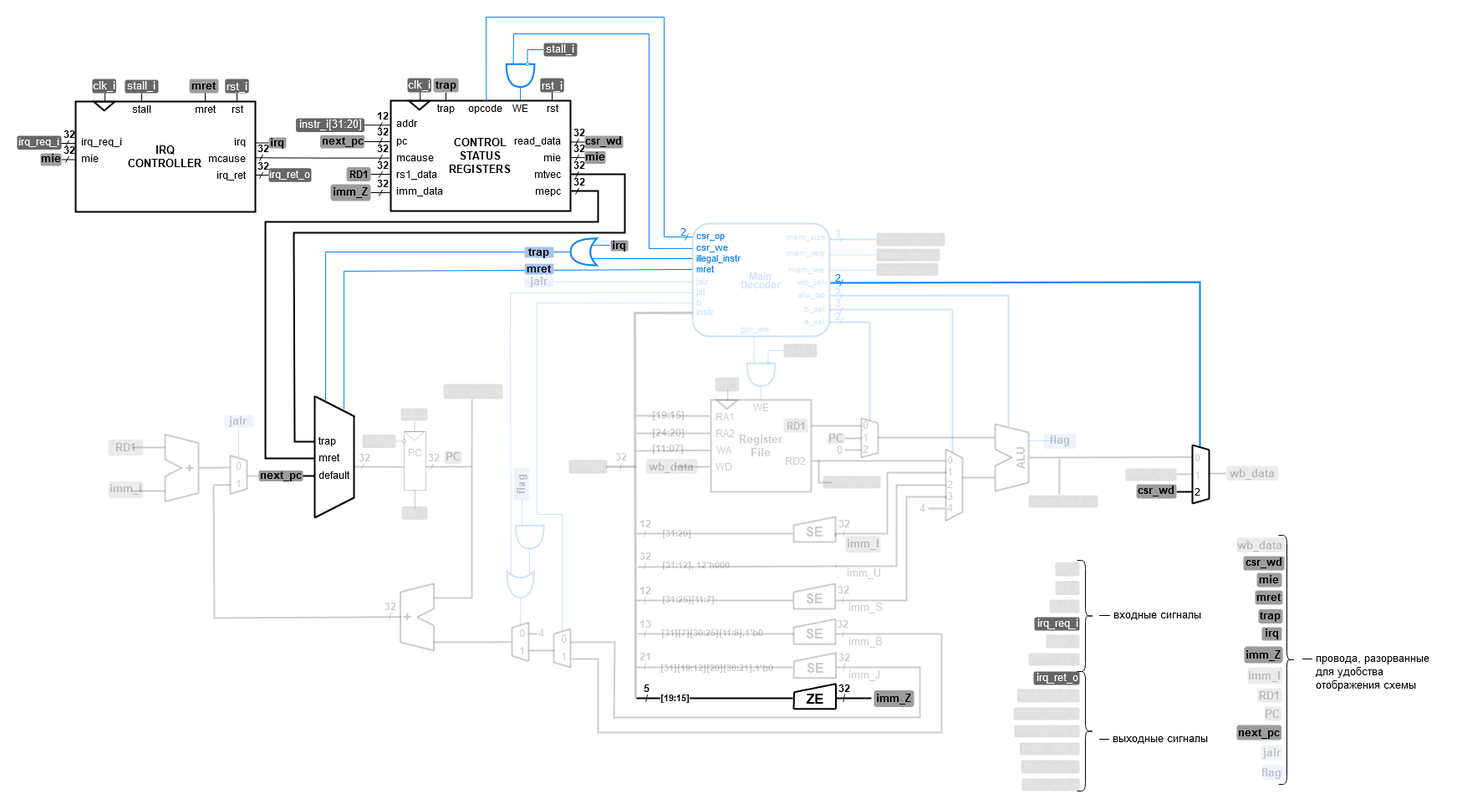
Before: .pic/Labs/lab_10_irq/fig_02.drawio.png, a diagram exported from draw.io (MPSU/APS). Source tidied: cells renumbered, new cells last; positions are measured from the earlier drawing's top-left corner, leaving out a move shared by most shapes.
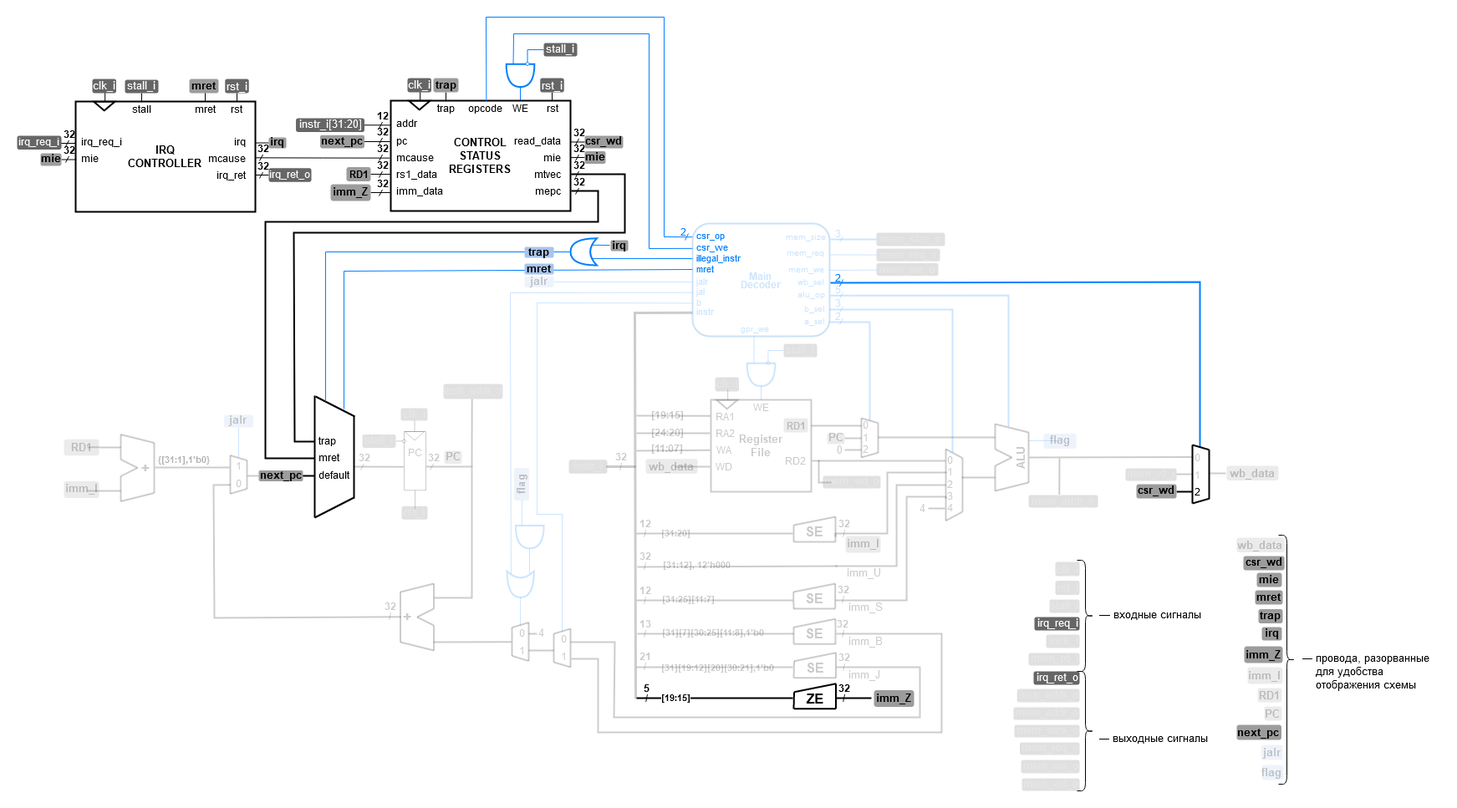
After the change.

The edit, as a diff of the source:
```diff
@@ -446,23 +446,23 @@
     </mxCell>
     <mxCell id="89" style="endArrow=none;html=1;rounded=0;comic=0;strokeColor=#000000;fontSize=16;fontColor=#000000;startSize=6;endSize=6;jiggle=0.5;strokeWidth=2;strokeOpacity=20;fillOpacity=20;textOpacity=20;" parent="1" edge="1">
       <mxGeometry relative="1" as="geometry">
-        <mxPoint x="218" y="539.2" as="sourcePoint" />
+        <mxPoint x="165" y="539" as="sourcePoint" />
         <mxPoint x="254" y="539" as="targetPoint" />
       </mxGeometry>
     </mxCell>
     <mxCell id="90" style="endArrow=none;html=1;rounded=0;comic=0;strokeColor=#000000;fontSize=16;fontColor=#000000;startSize=6;endSize=6;jiggle=0.5;strokeWidth=2;strokeOpacity=20;fillOpacity=20;textOpacity=20;" parent="1" edge="1" source="186">
       <mxGeometry relative="1" as="geometry">
-        <mxPoint x="177" y="515" as="targetPoint" />
+        <mxPoint x="124" y="515" as="targetPoint" />
       </mxGeometry>
     </mxCell>
     <mxCell id="91" style="endArrow=none;html=1;rounded=0;comic=0;strokeColor=#000000;fontSize=16;fontColor=#000000;startSize=6;endSize=6;jiggle=0.5;strokeWidth=2;strokeOpacity=20;fillOpacity=20;textOpacity=20;" parent="1" edge="1">
       <mxGeometry relative="1" as="geometry">
-        <mxPoint x="137" y="566.9" as="sourcePoint" />
-        <mxPoint x="177" y="566.9" as="targetPoint" />
+        <mxPoint x="84" y="566.9" as="sourcePoint" />
+        <mxPoint x="124" y="566.9" as="targetPoint" />
       </mxGeometry>
     </mxCell>
     <mxCell id="92" value="&lt;p style=&quot;line-height: 130%;&quot;&gt;&lt;b style=&quot;&quot;&gt;&lt;font style=&quot;font-size: 13px;&quot;&gt;imm_I&lt;/font&gt;&lt;/b&gt;&lt;/p&gt;" style="text;html=1;strokeColor=none;fillColor=#9C9C9C;align=center;verticalAlign=middle;whiteSpace=wrap;rounded=1;fontSize=9;fontColor=#000000;comic=0;jiggle=0.5;strokeWidth=2;strokeOpacity=20;fillOpacity=20;textOpacity=20;" parent="1" vertex="1">
-      <mxGeometry x="109" y="555.4" width="42" height="20" as="geometry" />
+      <mxGeometry x="56" y="555.4" width="42" height="20" as="geometry" />
     </mxCell>
     <mxCell id="93" style="endArrow=none;html=1;rounded=0;comic=0;strokeColor=#007FFF;fontSize=16;fontColor=#000000;startSize=6;endSize=6;jiggle=0.5;entryX=-0.005;entryY=0.279;entryDx=0;entryDy=0;entryPerimeter=0;strokeOpacity=20;fillOpacity=20;textOpacity=20;" parent="1" edge="1" source="373">
       <mxGeometry relative="1" as="geometry">
@@ -471,48 +471,48 @@
     </mxCell>
     <mxCell id="94" style="endArrow=none;html=1;rounded=0;fontSize=16;startSize=6;endSize=6;comic=0;strokeColor=#000000;jiggle=0.5;fontColor=#000000;strokeWidth=2;strokeOpacity=20;fillOpacity=20;textOpacity=20;" parent="1" edge="1">
       <mxGeometry relative="1" as="geometry">
-        <mxPoint x="177" y="499.4" as="sourcePoint" />
-        <mxPoint x="217" y="509.4" as="targetPoint" />
+        <mxPoint x="124" y="499.4" as="sourcePoint" />
+        <mxPoint x="164" y="509.4" as="targetPoint" />
       </mxGeometry>
     </mxCell>
     <mxCell id="95" style="endArrow=none;html=1;rounded=0;fontSize=16;startSize=6;endSize=6;comic=0;strokeColor=#000000;jiggle=0.5;fontColor=#000000;strokeWidth=2;strokeOpacity=20;fillOpacity=20;textOpacity=20;" parent="1" edge="1">
       <mxGeometry relative="1" as="geometry">
-        <mxPoint x="177" y="549.4" as="sourcePoint" />
-        <mxPoint x="197" y="539.4" as="targetPoint" />
+        <mxPoint x="124" y="549.4" as="sourcePoint" />
+        <mxPoint x="144" y="539.4" as="targetPoint" />
       </mxGeometry>
     </mxCell>
     <mxCell id="96" style="endArrow=none;html=1;rounded=0;fontSize=16;startSize=6;endSize=6;comic=0;strokeColor=#000000;jiggle=0.5;fontColor=#000000;strokeWidth=2;strokeOpacity=20;fillOpacity=20;textOpacity=20;" parent="1" edge="1">
       <mxGeometry relative="1" as="geometry">
-        <mxPoint x="177" y="529.4" as="sourcePoint" />
-        <mxPoint x="197" y="539.4" as="targetPoint" />
+        <mxPoint x="124" y="529.4" as="sourcePoint" />
+        <mxPoint x="144" y="539.4" as="targetPoint" />
       </mxGeometry>
     </mxCell>
     <mxCell id="97" style="endArrow=none;html=1;rounded=0;fontSize=16;startSize=6;endSize=6;comic=0;strokeColor=#000000;jiggle=0.5;fontColor=#000000;strokeWidth=2;strokeOpacity=20;fillOpacity=20;textOpacity=20;" parent="1" edge="1">
       <mxGeometry relative="1" as="geometry">
-        <mxPoint x="177" y="579.4" as="sourcePoint" />
-        <mxPoint x="217" y="569.4" as="targetPoint" />
+        <mxPoint x="124" y="579.4" as="sourcePoint" />
+        <mxPoint x="164" y="569.4" as="targetPoint" />
       </mxGeometry>
     </mxCell>
     <mxCell id="98" style="endArrow=none;html=1;rounded=0;fontSize=16;startSize=6;endSize=6;comic=0;strokeColor=#000000;jiggle=0.5;fontColor=#000000;strokeWidth=2;strokeOpacity=20;fillOpacity=20;textOpacity=20;" parent="1" edge="1">
       <mxGeometry relative="1" as="geometry">
-        <mxPoint x="177" y="579.4" as="sourcePoint" />
-        <mxPoint x="177" y="549.4" as="targetPoint" />
+        <mxPoint x="124" y="579.4" as="sourcePoint" />
+        <mxPoint x="124" y="549.4" as="targetPoint" />
       </mxGeometry>
     </mxCell>
     <mxCell id="99" style="endArrow=none;html=1;rounded=0;fontSize=16;startSize=6;endSize=6;comic=0;strokeColor=#000000;jiggle=0.5;fontColor=#000000;strokeWidth=2;strokeOpacity=20;fillOpacity=20;textOpacity=20;" parent="1" edge="1">
       <mxGeometry relative="1" as="geometry">
-        <mxPoint x="177" y="529.4" as="sourcePoint" />
-        <mxPoint x="177" y="499.4" as="targetPoint" />
+        <mxPoint x="124" y="529.4" as="sourcePoint" />
+        <mxPoint x="124" y="499.4" as="targetPoint" />
       </mxGeometry>
     </mxCell>
     <mxCell id="100" style="endArrow=none;html=1;rounded=0;fontSize=16;startSize=6;endSize=6;comic=0;fontColor=#000000;strokeColor=#000000;jiggle=0.5;strokeWidth=2;strokeOpacity=20;fillOpacity=20;textOpacity=20;" parent="1" edge="1">
       <mxGeometry relative="1" as="geometry">
-        <mxPoint x="217" y="569.4" as="sourcePoint" />
-        <mxPoint x="217" y="509.4" as="targetPoint" />
+        <mxPoint x="164" y="569.4" as="sourcePoint" />
+        <mxPoint x="164" y="509.4" as="targetPoint" />
       </mxGeometry>
     </mxCell>
     <mxCell id="101" value="&lt;font style=&quot;font-size: 17px;&quot;&gt;&lt;b&gt;+&lt;/b&gt;&lt;/font&gt;" style="text;html=1;strokeColor=none;fillColor=none;align=center;verticalAlign=middle;whiteSpace=wrap;rounded=0;fontSize=14;rotation=-90;comic=0;fontColor=#000000;jiggle=0.5;strokeWidth=2;strokeOpacity=20;fillOpacity=20;textOpacity=20;" parent="1" vertex="1">
-      <mxGeometry x="200.9" y="536.5" width="11.2" height="7" as="geometry" />
+      <mxGeometry x="147.9" y="536.5" width="11.2" height="7" as="geometry" />
     </mxCell>
     <mxCell id="102" value="&lt;font style=&quot;font-size: 11px;&quot;&gt;jalr&lt;/font&gt;" style="text;html=1;strokeColor=none;fillColor=none;align=left;verticalAlign=middle;whiteSpace=wrap;rounded=0;fontSize=9;fontColor=#007FFF;comic=0;jiggle=0.5;strokeOpacity=20;fillOpacity=20;textOpacity=20;" parent="1" vertex="1">
       <mxGeometry x="811" y="310.8" width="33" height="10" as="geometry" />
@@ -949,11 +949,11 @@
     </mxCell>
     <mxCell id="185" style="endArrow=none;html=1;rounded=0;comic=0;strokeColor=#000000;fontSize=16;fontColor=#000000;startSize=6;endSize=6;jiggle=0.5;strokeWidth=2;strokeOpacity=20;fillOpacity=20;textOpacity=20;" parent="1" edge="1" target="186">
       <mxGeometry relative="1" as="geometry">
-        <mxPoint x="137" y="515" as="sourcePoint" />
+        <mxPoint x="84" y="515" as="sourcePoint" />
       </mxGeometry>
     </mxCell>
     <mxCell id="186" value="&lt;b&gt;&lt;font style=&quot;font-size: 13px;&quot;&gt;RD1&lt;/font&gt;&lt;/b&gt;" style="text;html=1;strokeColor=none;fillColor=#9C9C9C;align=center;verticalAlign=middle;whiteSpace=wrap;rounded=1;fontSize=9;fontColor=#000000;comic=0;jiggle=0.5;strokeWidth=2;strokeOpacity=20;fillOpacity=20;textOpacity=20;" parent="1" vertex="1">
-      <mxGeometry x="109" y="505.3" width="42" height="19.6" as="geometry" />
+      <mxGeometry x="56" y="505.3" width="42" height="19.6" as="geometry" />
     </mxCell>
     <mxCell id="187" value="&lt;p style=&quot;line-height: 100%;&quot;&gt;&lt;font style=&quot;font-size: 12px;&quot;&gt;&lt;b&gt;32&lt;br&gt;/&lt;/b&gt;&lt;/font&gt;&lt;/p&gt;" style="text;html=1;align=center;verticalAlign=middle;strokeColor=none;fillColor=none;strokeOpacity=20;fillOpacity=20;textOpacity=20;" parent="1" vertex="1">
       <mxGeometry x="706" y="501" width="32" height="61" as="geometry" />
@@ -1670,7 +1670,7 @@
         <mxPoint x="20" y="6" as="targetPoint" />
       </mxGeometry>
     </mxCell>
-    <mxCell id="369" value="&lt;p style=&quot;line-height: 80%;&quot;&gt;&lt;font style=&quot;font-size: 12px;&quot;&gt;0&lt;/font&gt;&lt;/p&gt;&lt;p style=&quot;line-height: 80%;&quot;&gt;1&lt;/p&gt;" style="text;html=1;align=center;verticalAlign=middle;points=[];strokeColor=none;fillColor=none;strokeOpacity=20;fillOpacity=20;textOpacity=20;" parent="364" vertex="1">
+    <mxCell id="369" value="&lt;p style=&quot;line-height: 80%;&quot;&gt;1&lt;/p&gt;&lt;p style=&quot;line-height: 80%;&quot;&gt;0&lt;br&gt;&lt;/p&gt;" style="text;html=1;align=center;verticalAlign=middle;points=[];strokeColor=none;fillColor=none;strokeOpacity=20;fillOpacity=20;textOpacity=20;" parent="364" vertex="1">
       <mxGeometry x="-3" y="-10.5" width="26" height="68" as="geometry" />
     </mxCell>
     <mxCell id="370" style="endArrow=none;html=1;rounded=0;exitX=0.902;exitY=0.513;exitDx=0;exitDy=0;exitPerimeter=0;strokeWidth=2;strokeOpacity=100;fillOpacity=100;" parent="1" edge="1" source="372">
@@ -1821,5 +1821,8 @@
         <mxPoint x="672" y="204.5" as="targetPoint" />
       </mxGeometry>
     </mxCell>
+    <mxCell id="405" value="&lt;b style=&quot;border-color: var(--border-color);&quot;&gt;&lt;font style=&quot;font-size: 10.5px;&quot;&gt;{[31:1],1'b0&lt;/font&gt;&lt;/b&gt;&lt;font size=&quot;1&quot; style=&quot;&quot;&gt;&lt;b style=&quot;font-size: 11px;&quot;&gt;}&lt;br&gt;&lt;/b&gt;&lt;/font&gt;" style="edgeLabel;html=1;align=left;verticalAlign=middle;fontSize=9;fontColor=#000000;comic=0;jiggle=0.5;labelBackgroundColor=default;textOpacity=30;" parent="1" vertex="1">
+      <mxGeometry x="167" y="528" as="geometry" />
+    </mxCell>
   </root>
 </mxGraphModel>
```
